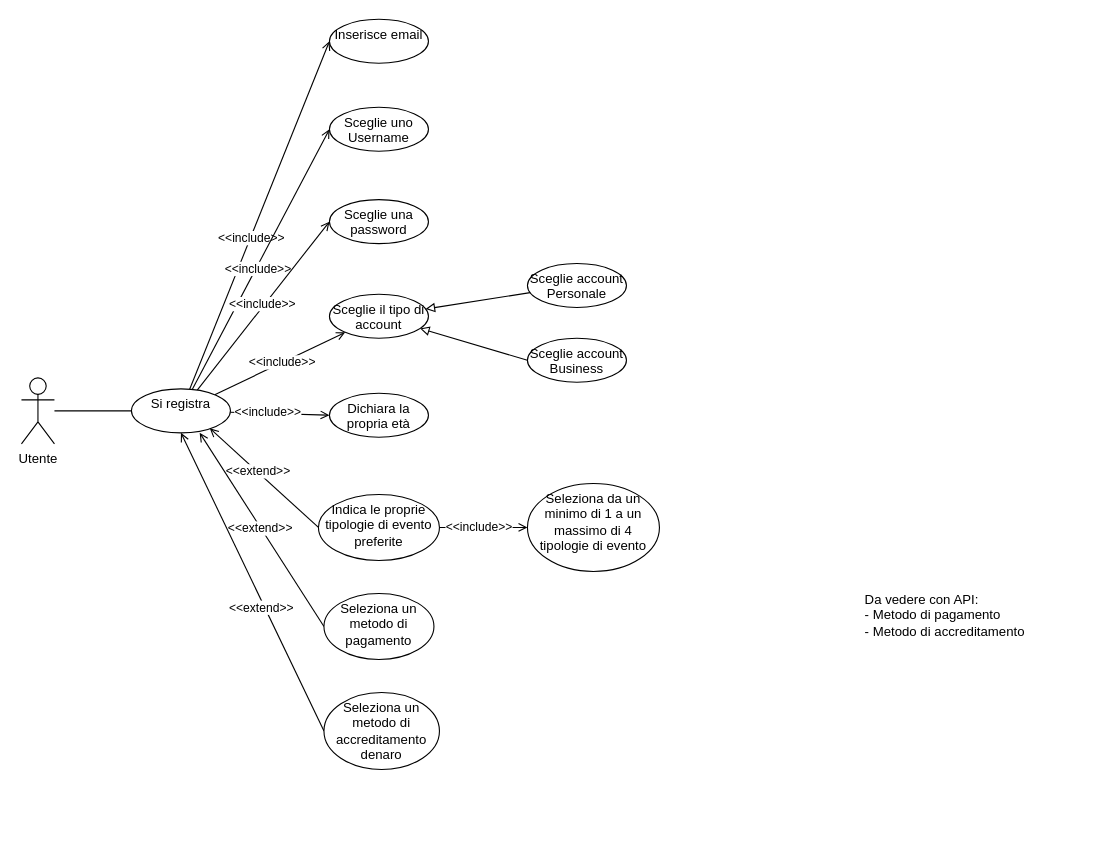
This is UseCase/RF02_Registrazione/Registrazione.drawio from 4spot-team/documentation, a draw.io file, before an edit. Source tidied: cells renumbered, new cells numbered last; positions are measured from the earlier drawing's top-left corner, leaving out a move shared by most shapes. Both pictures are drawn from the tidied source at 110%, with x=0, y=0 at pixel (21, 19).
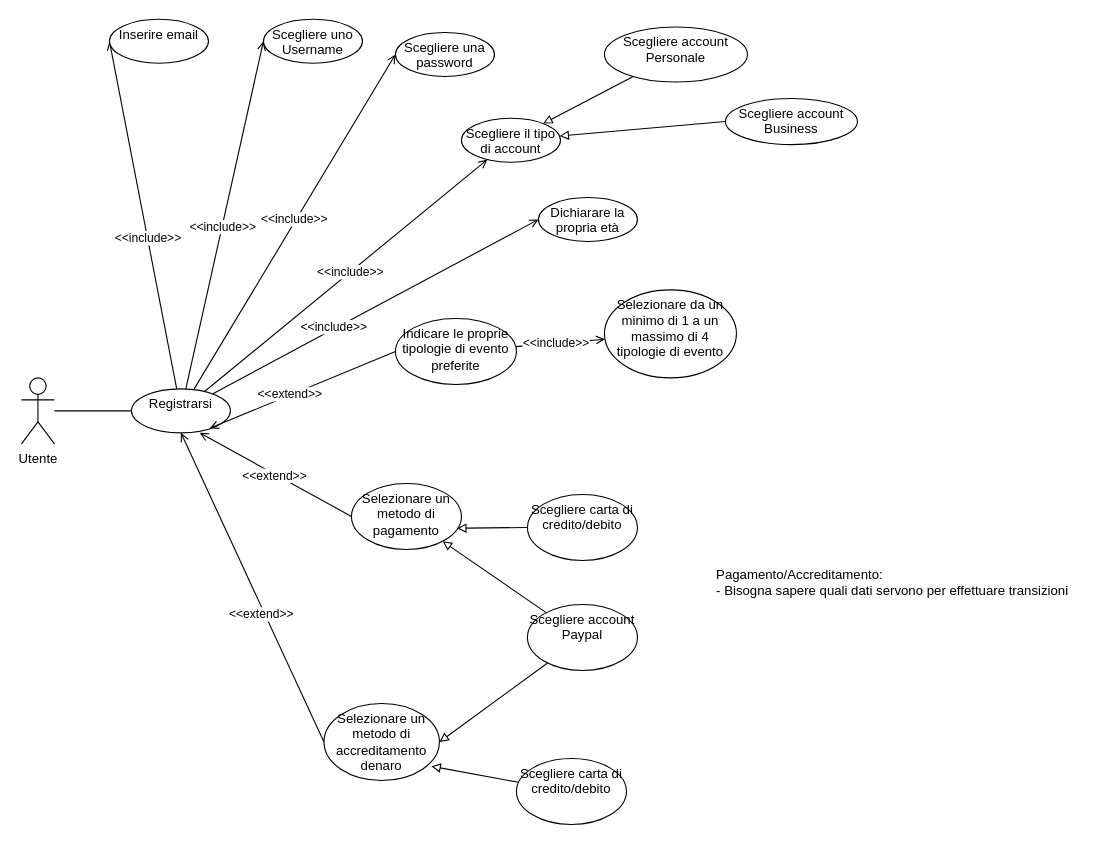
The same diagram, later.

Change to the diagram source:
```diff
@@
-    <mxCell id="14" value="Si registra" style="ellipse;whiteSpace=wrap;html=1;verticalAlign=top;" parent="1" vertex="1">
+    <mxCell id="14" value="Registrarsi" style="ellipse;whiteSpace=wrap;html=1;verticalAlign=top;" parent="1" vertex="1">
       <mxGeometry x="100" y="336" width="90" height="40" as="geometry" />
     </mxCell>
-    <mxCell id="15" value="Inserisce email" style="ellipse;whiteSpace=wrap;html=1;verticalAlign=top;" parent="1" vertex="1">
-      <mxGeometry x="280" width="90" height="40" as="geometry" />
+    <mxCell id="15" value="Inserire email" style="ellipse;whiteSpace=wrap;html=1;verticalAlign=top;" parent="1" vertex="1">
+      <mxGeometry x="80" width="90" height="40" as="geometry" />
     </mxCell>
-    <mxCell id="16" value="Sceglie uno Username" style="ellipse;whiteSpace=wrap;html=1;verticalAlign=top;" parent="1" vertex="1">
-      <mxGeometry x="280" y="80" width="90" height="40" as="geometry" />
+    <mxCell id="16" value="Scegliere uno Username" style="ellipse;whiteSpace=wrap;html=1;verticalAlign=top;" parent="1" vertex="1">
+      <mxGeometry x="220" width="90" height="40" as="geometry" />
     </mxCell>
-    <mxCell id="17" value="Sceglie una password" style="ellipse;whiteSpace=wrap;html=1;verticalAlign=top;" parent="1" vertex="1">
-      <mxGeometry x="280" y="164" width="90" height="40" as="geometry" />
+    <mxCell id="17" value="Scegliere una password" style="ellipse;whiteSpace=wrap;html=1;verticalAlign=top;" parent="1" vertex="1">
+      <mxGeometry x="340" y="12" width="90" height="40" as="geometry" />
     </mxCell>
@@
-    <mxCell id="20" value="Sceglie il tipo di account" style="ellipse;whiteSpace=wrap;html=1;verticalAlign=top;" parent="1" vertex="1">
-      <mxGeometry x="280" y="250" width="90" height="40" as="geometry" />
+    <mxCell id="20" value="Scegliere il tipo di account" style="ellipse;whiteSpace=wrap;html=1;verticalAlign=top;" parent="1" vertex="1">
+      <mxGeometry x="400" y="90" width="90" height="40" as="geometry" />
     </mxCell>
-    <mxCell id="21" value="Dichiara la propria età" style="ellipse;whiteSpace=wrap;html=1;verticalAlign=top;" parent="1" vertex="1">
-      <mxGeometry x="280" y="340" width="90" height="40" as="geometry" />
+    <mxCell id="21" value="Dichiarare la propria età" style="ellipse;whiteSpace=wrap;html=1;verticalAlign=top;" parent="1" vertex="1">
+      <mxGeometry x="470" y="162" width="90" height="40" as="geometry" />
     </mxCell>
@@
-    <mxCell id="28" value="Indica le proprie tipologie di evento preferite" style="ellipse;whiteSpace=wrap;html=1;verticalAlign=top;" parent="1" vertex="1">
-      <mxGeometry x="270" y="432" width="110" height="60" as="geometry" />
+    <mxCell id="28" value="Indicare le proprie tipologie di evento preferite" style="ellipse;whiteSpace=wrap;html=1;verticalAlign=top;" parent="1" vertex="1">
+      <mxGeometry x="340" y="272" width="110" height="60" as="geometry" />
     </mxCell>
+    <mxCell id="37" style="rounded=0;jettySize=auto;html=1;endArrow=block;endFill=0;" parent="1" edge="1" source="39" target="29">
+      <mxGeometry relative="1" as="geometry" />
+    </mxCell>
-    <mxCell id="29" value="Seleziona un metodo di pagamento" style="ellipse;whiteSpace=wrap;html=1;verticalAlign=top;" parent="1" vertex="1">
-      <mxGeometry x="275" y="522" width="100" height="60" as="geometry" />
+    <mxCell id="29" value="Selezionare un metodo di pagamento" style="ellipse;whiteSpace=wrap;html=1;verticalAlign=top;" parent="1" vertex="1">
+      <mxGeometry x="300" y="422" width="100" height="60" as="geometry" />
     </mxCell>
@@
-    <mxCell id="32" value="Seleziona un metodo di accreditamento denaro" style="ellipse;whiteSpace=wrap;html=1;verticalAlign=top;" parent="1" vertex="1">
-      <mxGeometry x="275" y="612" width="105" height="70" as="geometry" />
+    <mxCell id="32" value="Selezionare un metodo di accreditamento denaro" style="ellipse;whiteSpace=wrap;html=1;verticalAlign=top;" parent="1" vertex="1">
+      <mxGeometry x="275" y="622" width="105" height="70" as="geometry" />
     </mxCell>
-    <mxCell id="33" value="Seleziona da un minimo di 1 a un massimo di 4 tipologie di evento" style="ellipse;whiteSpace=wrap;html=1;verticalAlign=top;" parent="1" vertex="1">
-      <mxGeometry x="460" y="422" width="120" height="80" as="geometry" />
+    <mxCell id="33" value="Selezionare da un minimo di 1 a un massimo di 4 tipologie di evento" style="ellipse;whiteSpace=wrap;html=1;verticalAlign=top;" parent="1" vertex="1">
+      <mxGeometry x="530" y="246" width="120" height="80" as="geometry" />
     </mxCell>
-    <mxCell id="34" value="Sceglie account Personale" style="ellipse;whiteSpace=wrap;html=1;verticalAlign=top;" parent="1" vertex="1">
-      <mxGeometry x="460" y="222" width="90" height="40" as="geometry" />
+    <mxCell id="34" value="Scegliere account Personale" style="ellipse;whiteSpace=wrap;html=1;verticalAlign=top;" parent="1" vertex="1">
+      <mxGeometry x="530" y="7" width="130" height="50" as="geometry" />
     </mxCell>
-    <mxCell id="35" value="Sceglie account Business" style="ellipse;whiteSpace=wrap;html=1;verticalAlign=top;" parent="1" vertex="1">
-      <mxGeometry x="460" y="290" width="90" height="40" as="geometry" />
+    <mxCell id="35" value="Scegliere account Business" style="ellipse;whiteSpace=wrap;html=1;verticalAlign=top;" parent="1" vertex="1">
+      <mxGeometry x="640" y="72" width="120" height="42" as="geometry" />
     </mxCell>
-    <mxCell id="36" value="Da vedere con API:&amp;nbsp;&lt;br&gt;- Metodo di pagamento&lt;br&gt;- Metodo di accreditamento" style="text;html=1;align=left;verticalAlign=middle;fillColor=none;strokeColor=none;rounded=0;" parent="1" vertex="1">
-      <mxGeometry x="765" y="512" width="170" height="60" as="geometry" />
-    </mxCell>
+    <mxCell id="38" style="edgeStyle=none;rounded=0;jettySize=auto;html=1;entryX=1;entryY=0.5;entryDx=0;entryDy=0;endArrow=block;endFill=0;" parent="1" edge="1" source="39" target="32">
+      <mxGeometry relative="1" as="geometry" />
+    </mxCell>
+    <mxCell id="39" value="Scegliere account Paypal" style="ellipse;whiteSpace=wrap;html=1;verticalAlign=top;" parent="1" vertex="1">
+      <mxGeometry x="460" y="532" width="100" height="60" as="geometry" />
+    </mxCell>
+    <mxCell id="40" style="edgeStyle=none;rounded=0;jettySize=auto;html=1;endArrow=block;endFill=0;entryX=0.96;entryY=0.679;entryDx=0;entryDy=0;entryPerimeter=0;" parent="1" edge="1" source="41" target="29">
+      <mxGeometry relative="1" as="geometry" />
+    </mxCell>
+    <mxCell id="41" value="Scegliere carta di credito/debito" style="ellipse;whiteSpace=wrap;html=1;verticalAlign=top;" parent="1" vertex="1">
+      <mxGeometry x="460" y="432" width="100" height="60" as="geometry" />
+    </mxCell>
+    <mxCell id="42" style="edgeStyle=none;rounded=0;jettySize=auto;html=1;entryX=0.93;entryY=0.816;entryDx=0;entryDy=0;entryPerimeter=0;endArrow=block;endFill=0;" parent="1" edge="1" source="43" target="32">
+      <mxGeometry relative="1" as="geometry" />
+    </mxCell>
+    <mxCell id="43" value="Scegliere carta di credito/debito" style="ellipse;whiteSpace=wrap;html=1;verticalAlign=top;" parent="1" vertex="1">
+      <mxGeometry x="450" y="672" width="100" height="60" as="geometry" />
+    </mxCell>
+    <mxCell id="44" value="Pagamento/Accreditamento:&lt;br&gt;- Bisogna sapere quali dati servono per effettuare transizioni" style="text;html=1;align=left;verticalAlign=middle;fillColor=none;strokeColor=none;rounded=0;" parent="1" vertex="1">
+      <mxGeometry x="630" y="492" width="340" height="40" as="geometry" />
+    </mxCell>
```
